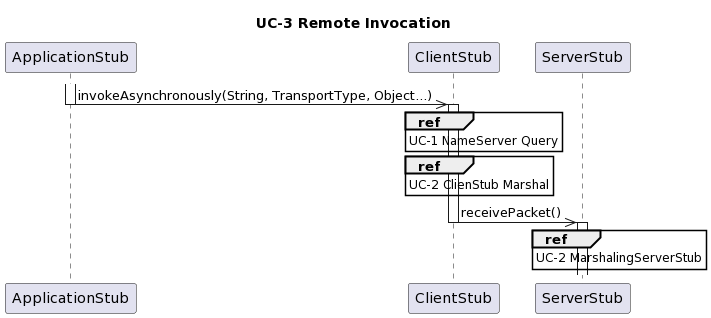
Earlier version of the PlantUML export doku-middleware/UC-3-Remote-Invocation.png (PrismFox/tron-game).
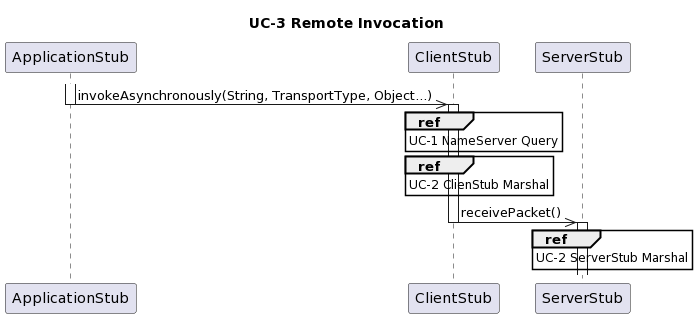
After the commit.

What changed in the source:
```diff
@@ -18,5 +18,5 @@
   Deactivate ClientStub
   Activate ServerStub
 
-  ref over ServerStub: UC-2 MarshalingServerStub
+  ref over ServerStub: UC-2 ServerStub Marshal
 @enduml
```
